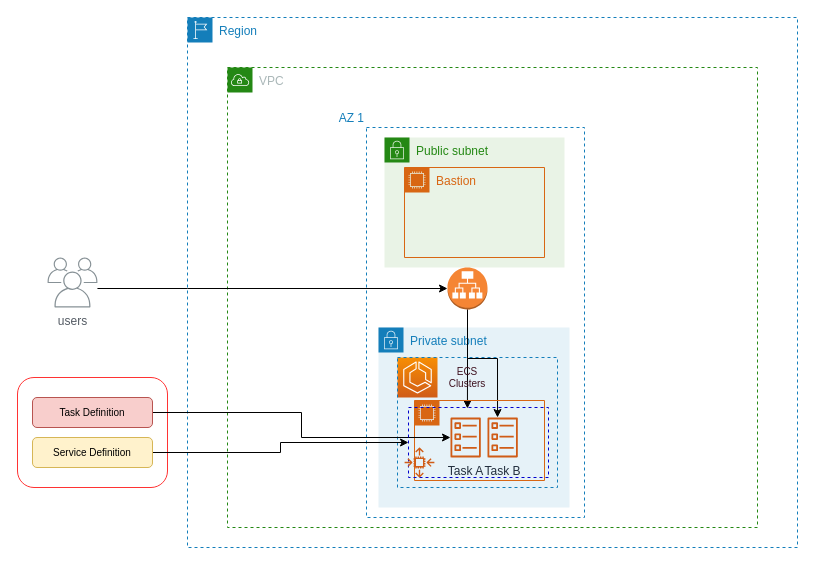
Before: page "L2 Infrastructure Design - Non Prod" (6 of 7) of Untitled Diagram.drawio in senthilsource/multi-docker, a draw.io diagram. Source tidied: cells renumbered, new cells numbered last; positions are measured from the earlier drawing's top-left corner, leaving out a move shared by most shapes. Both pictures are drawn from the tidied source at 100%, with x=0, y=0 at pixel (17, 17).
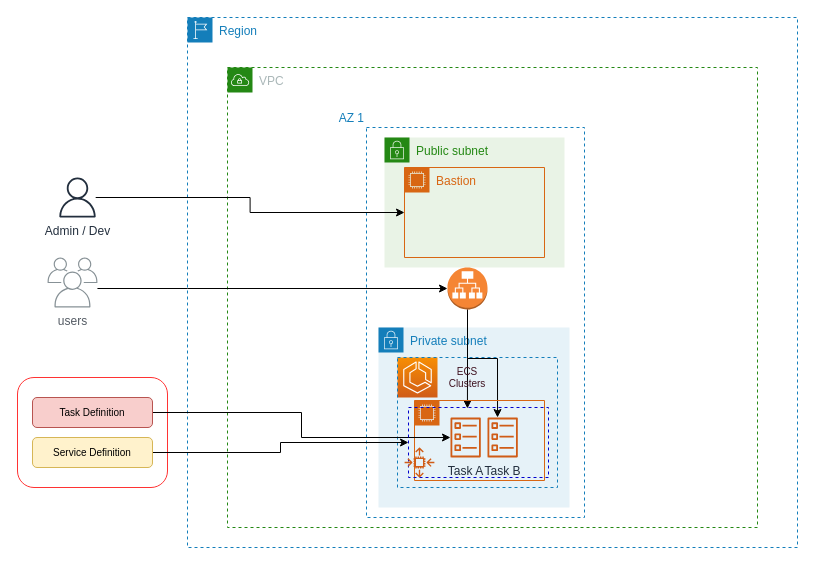
The same page after the edit.

Unchanged cells that the change refers to:
```xml
<mxCell id="7" value="Bastion" style="points=[[0,0],[0.25,0],[0.5,0],[0.75,0],[1,0],[1,0.25],[1,0.5],[1,0.75],[1,1],[0.75,1],[0.5,1],[0.25,1],[0,1],[0,0.75],[0,0.5],[0,0.25]];outlineConnect=0;gradientColor=none;html=1;whiteSpace=wrap;fontSize=12;fontStyle=0;shape=mxgraph.aws4.group;grIcon=mxgraph.aws4.group_ec2_instance_contents;strokeColor=#D86613;fillColor=none;verticalAlign=top;align=left;spacingLeft=30;fontColor=#D86613;dashed=0;dashPattern=1 1;" parent="1" vertex="1">
  <mxGeometry x="387" y="150" width="140" height="90" as="geometry" />
</mxCell>
```

What changed in the source:
```diff
@@
+    <mxCell id="27" style="edgeStyle=orthogonalEdgeStyle;rounded=0;jettySize=auto;html=1;fontSize=10;fontColor=#3E111F;" parent="1" edge="1" source="28" target="7">
+      <mxGeometry relative="1" as="geometry" />
+    </mxCell>
+    <mxCell id="28" value="Admin / Dev" style="outlineConnect=0;fontColor=#232F3E;gradientColor=none;fillColor=#232F3E;strokeColor=none;dashed=0;verticalLabelPosition=bottom;verticalAlign=top;align=center;html=1;fontSize=12;fontStyle=0;shape=mxgraph.aws4.user;" parent="1" vertex="1">
+      <mxGeometry x="40" y="160" width="40" height="40" as="geometry" />
+    </mxCell>
```
